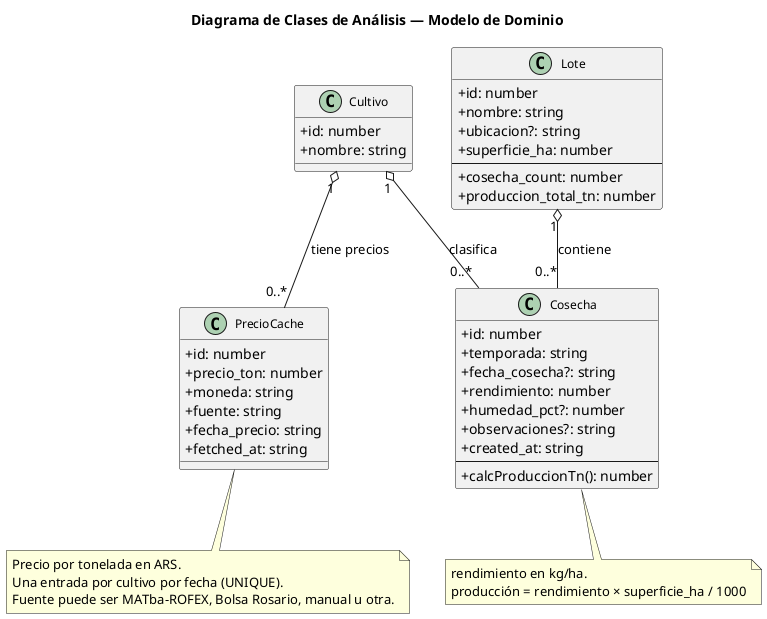
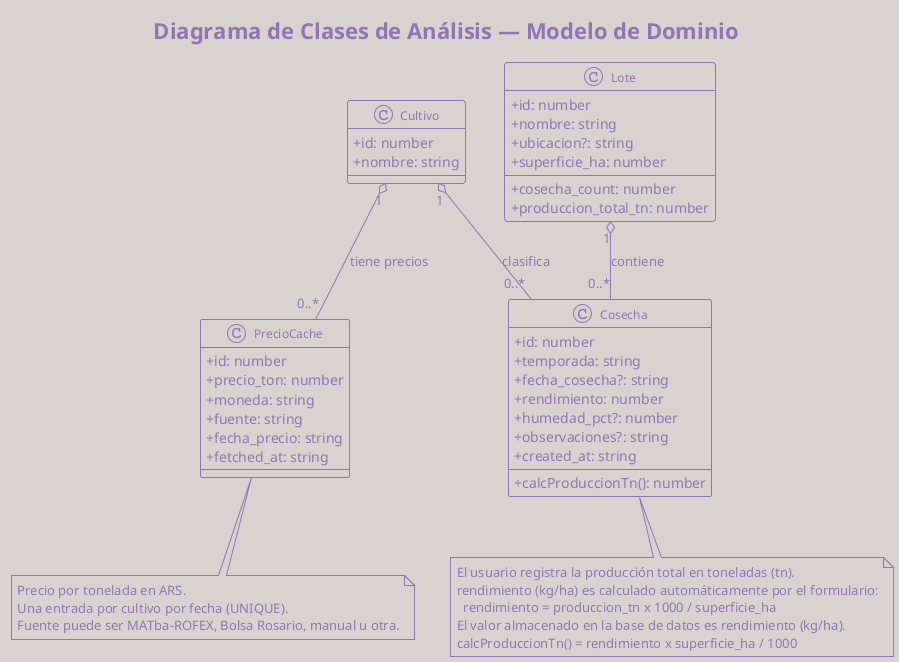
@startuml analysis-domain
title Diagrama de Clases de Análisis — Modelo de Dominio

skinparam classAttributeIconSize 0
skinparam classFontSize 12
skinparam shadowing false
+ 
+ !theme mimeograph

class Cultivo {
  + id: number
  + nombre: string
}

class Lote {
  + id: number
  + nombre: string
  + ubicacion?: string
  + superficie_ha: number
  --
  ' Atributos derivados (calculados vía JOIN)
  + cosecha_count: number
  + produccion_total_tn: number
}

class Cosecha {
  + id: number
  + temporada: string
  + fecha_cosecha?: string
  + rendimiento: number
  + humedad_pct?: number
  + observaciones?: string
  + created_at: string
  --
  + calcProduccionTn(): number
}

class PrecioCache {
  + id: number
  + precio_ton: number
  + moneda: string
  + fuente: string
  + fecha_precio: string
  + fetched_at: string
}

' Relationships
Lote    "1" o-- "0..*" Cosecha    : contiene
Cultivo "1" o-- "0..*" Cosecha    : clasifica
Cultivo "1" o-- "0..*" PrecioCache: tiene precios

note bottom of Cosecha
-   rendimiento en kg/ha.
-   producción = rendimiento × superficie_ha / 1000
+   El usuario registra la producción total en toneladas (tn).
+   rendimiento (kg/ha) es calculado automáticamente por el formulario:
+     rendimiento = produccion_tn x 1000 / superficie_ha
+   El valor almacenado en la base de datos es rendimiento (kg/ha).
+   calcProduccionTn() = rendimiento x superficie_ha / 1000
end note

note bottom of PrecioCache
  Precio por tonelada en ARS.
  Una entrada por cultivo por fecha (UNIQUE).
  Fuente puede ser MATba-ROFEX, Bolsa Rosario, manual u otra.
end note

@enduml
